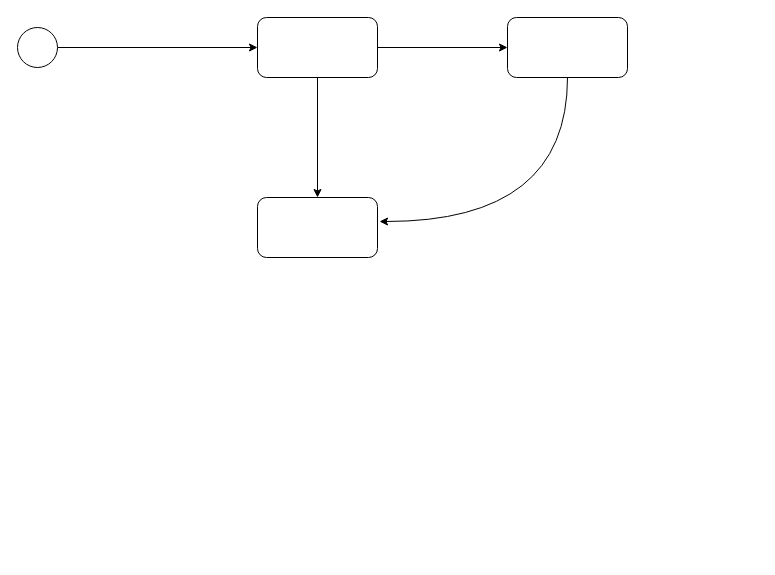
Above: 状態遷移図.drawio in SuLeiMin/NewLibrarySystem (draw.io), before the change. Source tidied: cells renumbered, new cells numbered last; positions are measured from the earlier drawing's top-left corner, leaving out a move shared by most shapes. Both pictures are drawn from the tidied source at 100%, with x=0, y=0 at pixel (17, 17).
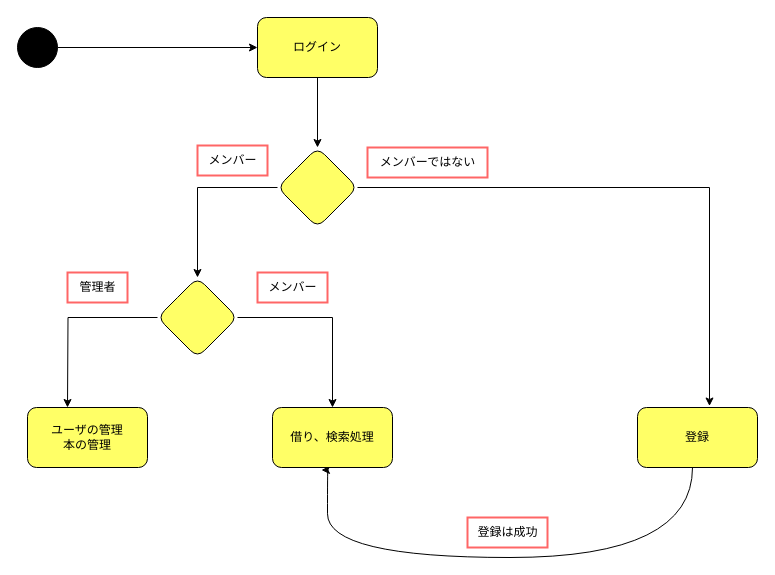
The same diagram, later.

Commit message (it also covers changes not shown here):
Update 状態遷移図.drawio

Change to the diagram source:
```diff
@@
-    <mxCell id="2" style="edgeStyle=orthogonalEdgeStyle;rounded=0;jettySize=auto;html=1;" parent="1" edge="1" source="4" target="8">
-      <mxGeometry relative="1" as="geometry" />
-    </mxCell>
-    <mxCell id="3" style="edgeStyle=orthogonalEdgeStyle;rounded=0;jettySize=auto;html=1;" parent="1" edge="1" source="4" target="9">
-      <mxGeometry relative="1" as="geometry" />
-    </mxCell>
+    <mxCell id="10" style="edgeStyle=orthogonalEdgeStyle;rounded=0;jettySize=auto;html=1;" parent="1" edge="1" source="4" target="13">
+      <mxGeometry relative="1" as="geometry" />
+    </mxCell>
-    <mxCell id="4" style="rounded=1;whiteSpace=wrap;html=1;" parent="1" vertex="1">
+    <mxCell id="4" value="ログイン" style="rounded=1;whiteSpace=wrap;html=1;fillColor=#FFFF66;" parent="1" vertex="1">
       <mxGeometry x="240" width="120" height="60" as="geometry" />
     </mxCell>
@@
-    <mxCell id="6" style="ellipse;whiteSpace=wrap;html=1;" parent="1" vertex="1">
+    <mxCell id="6" style="ellipse;whiteSpace=wrap;html=1;strokeColor=#000000;fillColor=#000000;" parent="1" vertex="1">
       <mxGeometry y="10" width="40" height="40" as="geometry" />
     </mxCell>
-    <mxCell id="7" style="edgeStyle=orthogonalEdgeStyle;rounded=0;jettySize=auto;html=1;entryX=1.017;entryY=0.4;entryDx=0;entryDy=0;entryPerimeter=0;curved=1;" parent="1" edge="1" source="8" target="9">
-      <mxGeometry relative="1" as="geometry">
-        <Array as="points">
-          <mxPoint x="550" y="204" />
-        </Array>
-      </mxGeometry>
-    </mxCell>
+    <mxCell id="11" style="edgeStyle=orthogonalEdgeStyle;rounded=0;jettySize=auto;html=1;entryX=0.408;entryY=1.042;entryDx=0;entryDy=0;curved=1;entryPerimeter=0;" parent="1" edge="1" target="9">
+      <mxGeometry relative="1" as="geometry">
+        <mxPoint x="675" y="450" as="sourcePoint" />
+        <Array as="points">
+          <mxPoint x="675" y="540" />
+          <mxPoint x="310" y="540" />
+          <mxPoint x="310" y="453" />
+        </Array>
+      </mxGeometry>
+    </mxCell>
-    <mxCell id="8" style="rounded=1;whiteSpace=wrap;html=1;" parent="1" vertex="1">
-      <mxGeometry x="490" width="120" height="60" as="geometry" />
+    <mxCell id="8" value="登録" style="rounded=1;whiteSpace=wrap;html=1;fillColor=#FFFF66;" parent="1" vertex="1">
+      <mxGeometry x="620" y="390" width="120" height="60" as="geometry" />
     </mxCell>
-    <mxCell id="9" style="rounded=1;whiteSpace=wrap;html=1;" parent="1" vertex="1">
-      <mxGeometry x="240" y="180" width="120" height="60" as="geometry" />
+    <mxCell id="9" value="借り、検索処理" style="rounded=1;whiteSpace=wrap;html=1;fillColor=#FFFF66;" parent="1" vertex="1">
+      <mxGeometry x="255" y="390" width="120" height="60" as="geometry" />
     </mxCell>
+    <mxCell id="12" style="edgeStyle=orthogonalEdgeStyle;rounded=0;jettySize=auto;html=1;" parent="1" edge="1" source="13" target="19">
+      <mxGeometry relative="1" as="geometry" />
+    </mxCell>
+    <mxCell id="13" style="rhombus;whiteSpace=wrap;html=1;fillColor=#FFFF66;rounded=1;" parent="1" vertex="1">
+      <mxGeometry x="260" y="130" width="80" height="80" as="geometry" />
+    </mxCell>
+    <mxCell id="14" style="edgeStyle=orthogonalEdgeStyle;rounded=0;jettySize=auto;html=1;exitX=1;exitY=0.5;exitDx=0;exitDy=0;entryX=0.6;entryY=-0.025;entryDx=0;entryDy=0;entryPerimeter=0;" parent="1" edge="1" source="13" target="8">
+      <mxGeometry relative="1" as="geometry" />
+    </mxCell>
+    <mxCell id="15" value="メンバー" style="text;html=1;align=center;verticalAlign=middle;strokeColor=#FF6666;fillColor=#FFFFFF;strokeWidth=2;" parent="1" vertex="1">
+      <mxGeometry x="180" y="128" width="70" height="30" as="geometry" />
+    </mxCell>
+    <mxCell id="16" value="メンバーではない" style="text;html=1;align=center;verticalAlign=middle;strokeColor=#FF6666;fillColor=#FFFFFF;strokeWidth=2;" parent="1" vertex="1">
+      <mxGeometry x="350" y="130" width="120" height="30" as="geometry" />
+    </mxCell>
+    <mxCell id="17" value="登録は成功" style="text;html=1;align=center;verticalAlign=middle;strokeColor=#FF6666;fillColor=#FFFFFF;strokeWidth=2;" parent="1" vertex="1">
+      <mxGeometry x="450" y="500" width="80" height="30" as="geometry" />
+    </mxCell>
+    <mxCell id="18" style="edgeStyle=orthogonalEdgeStyle;rounded=0;jettySize=auto;html=1;exitX=1;exitY=0.5;exitDx=0;exitDy=0;" parent="1" edge="1" source="19" target="9">
+      <mxGeometry relative="1" as="geometry" />
+    </mxCell>
+    <mxCell id="19" style="rhombus;whiteSpace=wrap;html=1;fillColor=#FFFF66;rounded=1;" parent="1" vertex="1">
+      <mxGeometry x="140" y="260" width="80" height="80" as="geometry" />
+    </mxCell>
+    <mxCell id="20" value="ユーザの管理&lt;br&gt;本の管理" style="whiteSpace=wrap;html=1;fillColor=#FFFF66;rounded=1;" parent="1" vertex="1">
+      <mxGeometry x="10" y="390" width="120" height="60" as="geometry" />
+    </mxCell>
+    <mxCell id="21" style="edgeStyle=orthogonalEdgeStyle;rounded=0;jettySize=auto;html=1;entryX=0.442;entryY=0.017;entryDx=0;entryDy=0;entryPerimeter=0;exitX=0;exitY=0.5;exitDx=0;exitDy=0;" parent="1" edge="1" source="19">
+      <mxGeometry relative="1" as="geometry">
+        <mxPoint x="50" y="390" as="targetPoint" />
+      </mxGeometry>
+    </mxCell>
+    <mxCell id="22" value="メンバー" style="text;html=1;align=center;verticalAlign=middle;strokeColor=#FF6666;fillColor=#FFFFFF;strokeWidth=2;" parent="1" vertex="1">
+      <mxGeometry x="240" y="255" width="70" height="30" as="geometry" />
+    </mxCell>
+    <mxCell id="23" value="管理者" style="text;html=1;align=center;verticalAlign=middle;strokeColor=#FF6666;fillColor=#FFFFFF;strokeWidth=2;" parent="1" vertex="1">
+      <mxGeometry x="50" y="255" width="60" height="30" as="geometry" />
+    </mxCell>
```
